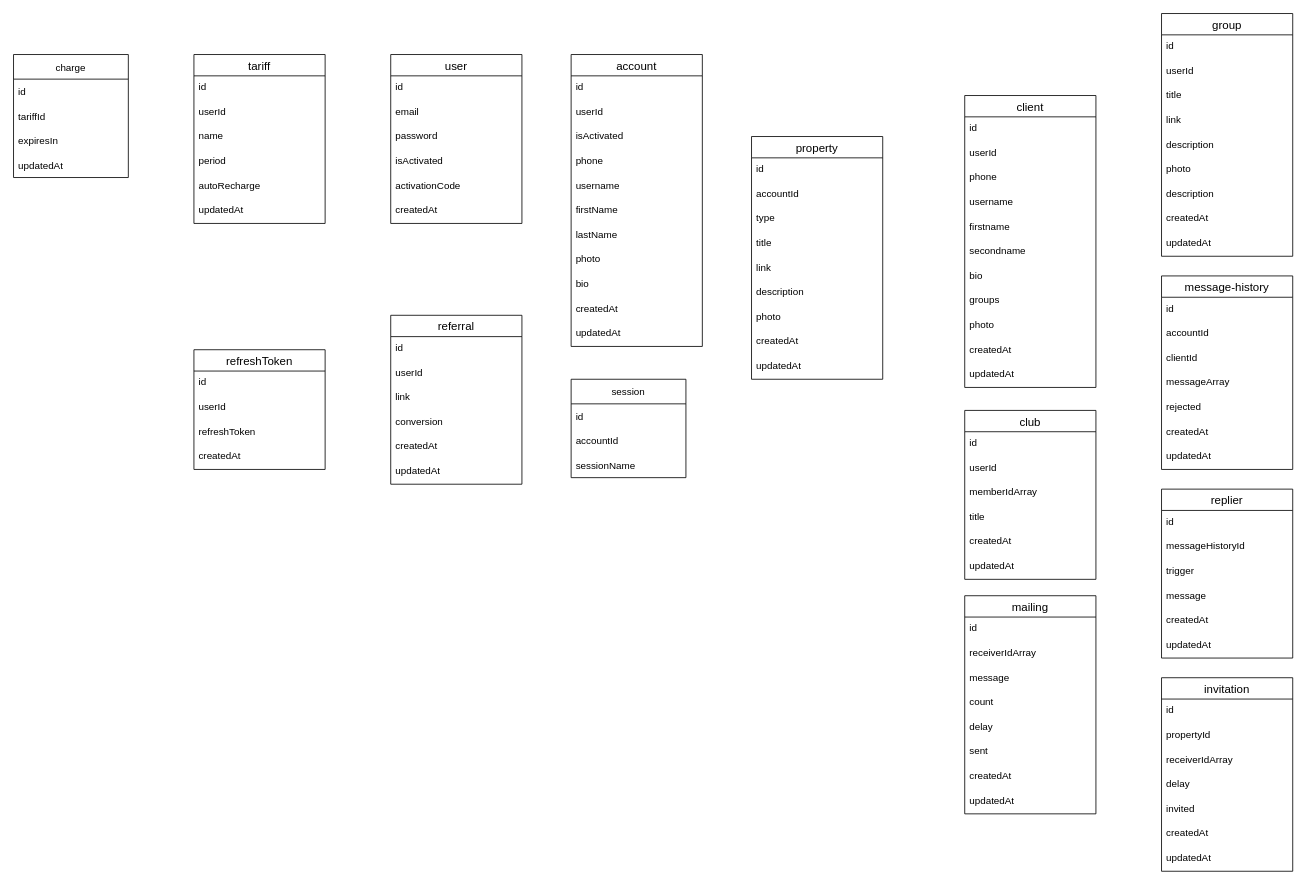
Above: schema.drawio in Nick-Fed-Al-dev/telepanel (draw.io), before the change. Source tidied: cells renumbered, new cells numbered last; positions are measured from the earlier drawing's top-left corner, leaving out a move shared by most shapes. Both pictures are drawn from the tidied source at 82%, with x=0, y=0 at pixel (13, 13).
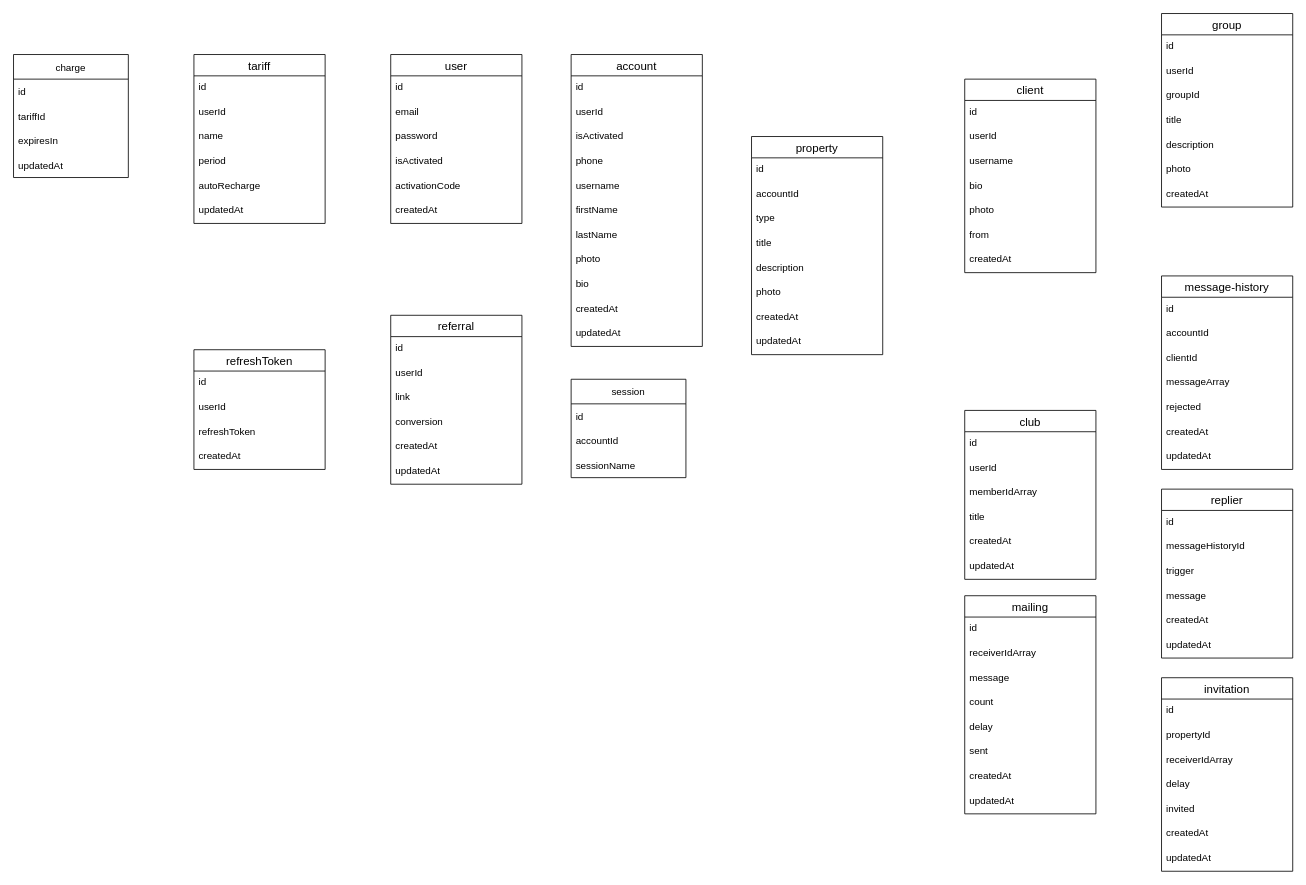
After the change.

The edit, as a diff of the source:
```diff
@@
     <mxCell id="9" value="property" style="swimlane;fontStyle=0;horizontal=1;startSize=26;align=center;fontSize=14;" parent="1" vertex="1">
-      <mxGeometry x="900" y="150" width="160" height="296" as="geometry" />
+      <mxGeometry x="900" y="150" width="160" height="266" as="geometry" />
     </mxCell>
@@
-    <mxCell id="14" value="link" style="text;strokeColor=none;fillColor=none;spacingLeft=4;spacingRight=4;overflow=hidden;fontSize=12;" parent="9" vertex="1">
-      <mxGeometry y="146" width="160" height="30" as="geometry" />
-    </mxCell>
     <mxCell id="15" value="description" style="text;strokeColor=none;fillColor=none;spacingLeft=4;spacingRight=4;overflow=hidden;fontSize=12;" parent="9" vertex="1">
-      <mxGeometry y="176" width="160" height="30" as="geometry" />
+      <mxGeometry y="146" width="160" height="30" as="geometry" />
     </mxCell>
     <mxCell id="16" value="photo" style="text;strokeColor=none;fillColor=none;spacingLeft=4;spacingRight=4;overflow=hidden;fontSize=12;" parent="9" vertex="1">
-      <mxGeometry y="206" width="160" height="30" as="geometry" />
+      <mxGeometry y="176" width="160" height="30" as="geometry" />
     </mxCell>
     <mxCell id="17" value="createdAt" style="text;strokeColor=none;fillColor=none;spacingLeft=4;spacingRight=4;overflow=hidden;fontSize=12;" parent="9" vertex="1">
-      <mxGeometry y="236" width="160" height="30" as="geometry" />
+      <mxGeometry y="206" width="160" height="30" as="geometry" />
     </mxCell>
     <mxCell id="18" value="updatedAt" style="text;strokeColor=none;fillColor=none;spacingLeft=4;spacingRight=4;overflow=hidden;fontSize=12;" parent="9" vertex="1">
-      <mxGeometry y="266" width="160" height="30" as="geometry" />
+      <mxGeometry y="236" width="160" height="30" as="geometry" />
     </mxCell>
     <mxCell id="19" value="client" style="swimlane;fontStyle=0;horizontal=1;startSize=26;align=center;fontSize=14;" parent="1" vertex="1">
-      <mxGeometry x="1160" y="100" width="160" height="356" as="geometry" />
+      <mxGeometry x="1160" y="80" width="160" height="236" as="geometry" />
     </mxCell>
@@
-    <mxCell id="22" value="phone" style="text;strokeColor=none;fillColor=none;spacingLeft=4;spacingRight=4;overflow=hidden;fontSize=12;" parent="19" vertex="1">
-      <mxGeometry y="86" width="160" height="30" as="geometry" />
-    </mxCell>
     <mxCell id="23" value="username" style="text;strokeColor=none;fillColor=none;spacingLeft=4;spacingRight=4;overflow=hidden;fontSize=12;" parent="19" vertex="1">
-      <mxGeometry y="116" width="160" height="30" as="geometry" />
+      <mxGeometry y="86" width="160" height="30" as="geometry" />
     </mxCell>
-    <mxCell id="24" value="firstname" style="text;strokeColor=none;fillColor=none;spacingLeft=4;spacingRight=4;overflow=hidden;fontSize=12;" parent="19" vertex="1">
-      <mxGeometry y="146" width="160" height="30" as="geometry" />
-    </mxCell>
-    <mxCell id="25" value="secondname" style="text;strokeColor=none;fillColor=none;spacingLeft=4;spacingRight=4;overflow=hidden;fontSize=12;" parent="19" vertex="1">
-      <mxGeometry y="176" width="160" height="30" as="geometry" />
-    </mxCell>
     <mxCell id="26" value="bio" style="text;strokeColor=none;fillColor=none;spacingLeft=4;spacingRight=4;overflow=hidden;fontSize=12;" parent="19" vertex="1">
-      <mxGeometry y="206" width="160" height="30" as="geometry" />
+      <mxGeometry y="116" width="160" height="30" as="geometry" />
     </mxCell>
-    <mxCell id="27" value="groups" style="text;strokeColor=none;fillColor=none;spacingLeft=4;spacingRight=4;overflow=hidden;fontSize=12;" parent="19" vertex="1">
-      <mxGeometry y="236" width="160" height="30" as="geometry" />
-    </mxCell>
     <mxCell id="28" value="photo" style="text;strokeColor=none;fillColor=none;spacingLeft=4;spacingRight=4;overflow=hidden;fontSize=12;" parent="19" vertex="1">
-      <mxGeometry y="266" width="160" height="30" as="geometry" />
+      <mxGeometry y="146" width="160" height="30" as="geometry" />
     </mxCell>
+    <mxCell id="120" value="from" style="text;strokeColor=none;fillColor=none;spacingLeft=4;spacingRight=4;overflow=hidden;fontSize=12;" parent="19" vertex="1">
+      <mxGeometry y="176" width="160" height="30" as="geometry" />
+    </mxCell>
     <mxCell id="29" value="createdAt" style="text;strokeColor=none;fillColor=none;spacingLeft=4;spacingRight=4;overflow=hidden;fontSize=12;" parent="19" vertex="1">
-      <mxGeometry y="296" width="160" height="30" as="geometry" />
+      <mxGeometry y="206" width="160" height="30" as="geometry" />
     </mxCell>
-    <mxCell id="30" value="updatedAt" style="text;strokeColor=none;fillColor=none;spacingLeft=4;spacingRight=4;overflow=hidden;fontSize=12;" parent="19" vertex="1">
-      <mxGeometry y="326" width="160" height="30" as="geometry" />
-    </mxCell>
@@
     <mxCell id="50" value="group" style="swimlane;fontStyle=0;horizontal=1;startSize=26;align=center;fontSize=14;" parent="1" vertex="1">
-      <mxGeometry x="1400" width="160" height="296" as="geometry" />
+      <mxGeometry x="1400" width="160" height="236" as="geometry" />
     </mxCell>
@@
+    <mxCell id="121" value="groupId" style="text;strokeColor=none;fillColor=none;spacingLeft=4;spacingRight=4;overflow=hidden;fontSize=12;" parent="50" vertex="1">
+      <mxGeometry y="86" width="160" height="30" as="geometry" />
+    </mxCell>
     <mxCell id="53" value="title" style="text;strokeColor=none;fillColor=none;spacingLeft=4;spacingRight=4;overflow=hidden;fontSize=12;" parent="50" vertex="1">
-      <mxGeometry y="86" width="160" height="30" as="geometry" />
+      <mxGeometry y="116" width="160" height="30" as="geometry" />
     </mxCell>
-    <mxCell id="54" value="link" style="text;strokeColor=none;fillColor=none;spacingLeft=4;spacingRight=4;overflow=hidden;fontSize=12;" parent="50" vertex="1">
-      <mxGeometry y="116" width="160" height="30" as="geometry" />
-    </mxCell>
@@
-    <mxCell id="57" value="description" style="text;strokeColor=none;fillColor=none;spacingLeft=4;spacingRight=4;overflow=hidden;fontSize=12;" parent="50" vertex="1">
-      <mxGeometry y="206" width="160" height="30" as="geometry" />
-    </mxCell>
     <mxCell id="58" value="createdAt" style="text;strokeColor=none;fillColor=none;spacingLeft=4;spacingRight=4;overflow=hidden;fontSize=12;" parent="50" vertex="1">
-      <mxGeometry y="236" width="160" height="30" as="geometry" />
+      <mxGeometry y="206" width="160" height="30" as="geometry" />
     </mxCell>
-    <mxCell id="59" value="updatedAt" style="text;strokeColor=none;fillColor=none;spacingLeft=4;spacingRight=4;overflow=hidden;fontSize=12;" parent="50" vertex="1">
-      <mxGeometry y="266" width="160" height="30" as="geometry" />
-    </mxCell>
```
